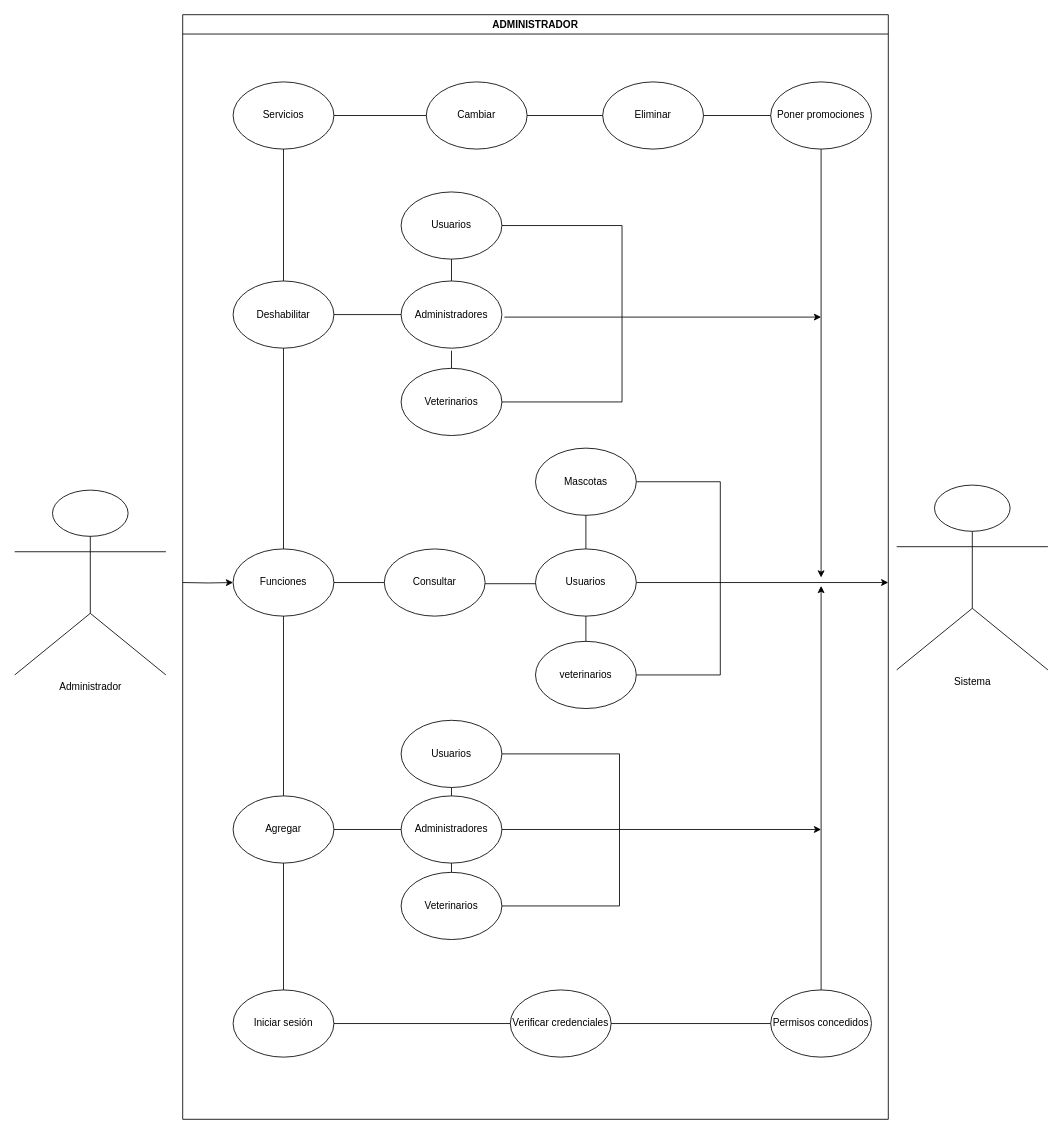
Before: page "Página-1" (1 of 2) of caso de uso administrador.drawio in JuanDavid4562/Diagramas-Proyecto, a draw.io diagram. Source tidied: cells renumbered, new cells numbered last; positions are measured from the earlier drawing's top-left corner, leaving out a move shared by most shapes. Both pictures are drawn from the tidied source at 84%, with x=0, y=0 at pixel (14, 14).
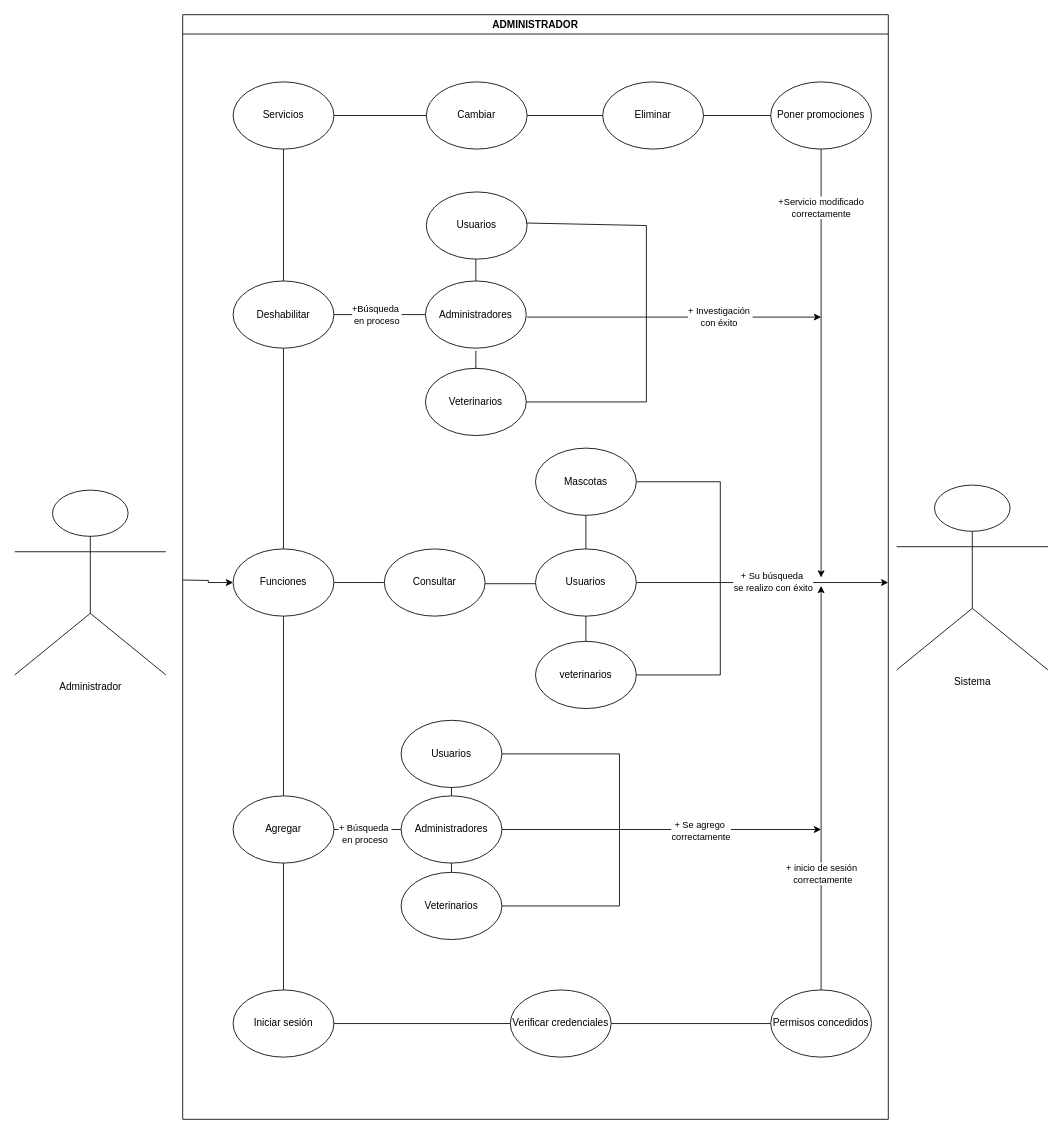
Above is the later version.

Unchanged cells that the change refers to:
```xml
<mxCell id="2" value="ADMINISTRADOR" style="swimlane;whiteSpace=wrap;html=1;" parent="1" vertex="1">
  <mxGeometry x="200" width="840" height="1315" as="geometry" />
</mxCell>
<mxCell id="5" value="Funciones" style="ellipse;whiteSpace=wrap;html=1;" parent="2" vertex="1">
  <mxGeometry x="60" y="636" width="120" height="80" as="geometry" />
</mxCell>
<mxCell id="24" style="endArrow=none;html=1;rounded=0;exitX=1;exitY=0.5;exitDx=0;exitDy=0;entryX=0;entryY=0.5;entryDx=0;entryDy=0;" parent="2" edge="1" source="11" target="20">
  <mxGeometry relative="1" as="geometry" />
</mxCell>
<mxCell id="34" style="endArrow=none;html=1;rounded=0;exitX=1;exitY=0.5;exitDx=0;exitDy=0;entryX=0;entryY=0.5;entryDx=0;entryDy=0;" parent="2" edge="1" source="10" target="12">
  <mxGeometry relative="1" as="geometry" />
</mxCell>
<mxCell id="46" style="endArrow=classic;html=1;rounded=0;exitX=1;exitY=0.5;exitDx=0;exitDy=0;" parent="1" edge="1" source="7">
  <mxGeometry relative="1" as="geometry">
    <mxPoint x="1040" y="676" as="targetPoint" />
  </mxGeometry>
</mxCell>
<mxCell id="49" style="endArrow=classic;html=1;rounded=0;exitX=0.5;exitY=1;exitDx=0;exitDy=0;" parent="1" edge="1" source="17">
  <mxGeometry relative="1" as="geometry">
    <mxPoint x="960" y="670" as="targetPoint" />
  </mxGeometry>
</mxCell>
<mxCell id="50" style="endArrow=classic;html=1;rounded=0;exitX=0.5;exitY=0;exitDx=0;exitDy=0;" parent="1" edge="1" source="21">
  <mxGeometry relative="1" as="geometry">
    <mxPoint x="960" y="680" as="targetPoint" />
  </mxGeometry>
</mxCell>
<mxCell id="53" style="endArrow=classic;html=1;rounded=0;exitX=1;exitY=0.5;exitDx=0;exitDy=0;" parent="1" edge="1" source="12">
  <mxGeometry relative="1" as="geometry">
    <mxPoint x="960" y="970" as="targetPoint" />
  </mxGeometry>
</mxCell>
```

The edit, as a diff of the source:
```diff
@@
     <mxCell id="18" value="Usuarios" style="ellipse;whiteSpace=wrap;html=1;" parent="2" vertex="1">
-      <mxGeometry x="260" y="211" width="120" height="80" as="geometry" />
+      <mxGeometry x="290" y="211" width="120" height="80" as="geometry" />
     </mxCell>
     <mxCell id="19" value="Veterinarios" style="ellipse;whiteSpace=wrap;html=1;" parent="2" vertex="1">
-      <mxGeometry x="260" y="421" width="120" height="80" as="geometry" />
+      <mxGeometry x="289" y="421" width="120" height="80" as="geometry" />
     </mxCell>
     <mxCell id="20" value="Administradores" style="ellipse;whiteSpace=wrap;html=1;" parent="2" vertex="1">
-      <mxGeometry x="260" y="317" width="120" height="80" as="geometry" />
+      <mxGeometry x="289" y="317" width="120" height="80" as="geometry" />
     </mxCell>
@@
-    <mxCell id="23" style="edgeStyle=orthogonalEdgeStyle;rounded=0;orthogonalLoop=1;jettySize=auto;html=1;exitX=0.5;exitY=1;exitDx=0;exitDy=0;" parent="2" edge="1" source="18" target="18">
-      <mxGeometry relative="1" as="geometry" />
+    <mxCell id="23" style="edgeStyle=orthogonalEdgeStyle;rounded=0;orthogonalLoop=1;jettySize=auto;html=1;exitX=0.5;exitY=1;exitDx=0;exitDy=0;" parent="2" edge="1">
+      <mxGeometry relative="1" as="geometry">
+        <mxPoint x="349" y="291" as="sourcePoint" />
+        <mxPoint x="349" y="291" as="targetPoint" />
+      </mxGeometry>
     </mxCell>
@@
+    <mxCell id="57" value="+Búsqueda&amp;nbsp;&lt;div&gt;en proceso&lt;/div&gt;" style="edgeLabel;html=1;align=center;verticalAlign=middle;" parent="24" vertex="1">
+      <mxGeometry x="-0.08" relative="1" as="geometry" />
+    </mxCell>
@@
+    <mxCell id="58" value="+ Búsqueda&amp;nbsp;&lt;div&gt;en proceso&lt;/div&gt;" style="edgeLabel;html=1;align=center;verticalAlign=middle;" parent="34" vertex="1">
+      <mxGeometry x="-0.1" y="-4" relative="1" as="geometry" />
+    </mxCell>
@@
-    <mxCell id="41" style="endArrow=none;html=1;rounded=0;exitX=0.5;exitY=1;exitDx=0;exitDy=0;entryX=0.5;entryY=0;entryDx=0;entryDy=0;" parent="2" edge="1" source="18" target="20">
-      <mxGeometry relative="1" as="geometry" />
+    <mxCell id="41" style="endArrow=none;html=1;rounded=0;exitX=0.5;exitY=1;exitDx=0;exitDy=0;entryX=0.5;entryY=0;entryDx=0;entryDy=0;" parent="2" edge="1" target="20">
+      <mxGeometry relative="1" as="geometry">
+        <mxPoint x="349" y="291" as="sourcePoint" />
+      </mxGeometry>
     </mxCell>
     <mxCell id="42" style="edgeStyle=orthogonalEdgeStyle;rounded=0;jettySize=auto;html=1;" parent="1" edge="1" target="5">
       <mxGeometry relative="1" as="geometry">
-        <mxPoint x="200" y="676" as="sourcePoint" />
+        <mxPoint x="200" y="673" as="sourcePoint" />
       </mxGeometry>
     </mxCell>
@@
     <mxCell id="45" style="endArrow=none;html=1;rounded=0;exitX=0.5;exitY=0;exitDx=0;exitDy=0;" parent="1" edge="1" source="19">
       <mxGeometry relative="1" as="geometry">
-        <mxPoint x="520" y="400" as="targetPoint" />
+        <mxPoint x="549" y="400" as="targetPoint" />
       </mxGeometry>
     </mxCell>
@@
+    <mxCell id="59" value="+ Su búsqueda&amp;nbsp;&lt;div&gt;se realizo con éxito&lt;/div&gt;" style="edgeLabel;html=1;align=center;verticalAlign=middle;" parent="46" vertex="1">
+      <mxGeometry x="0.08" y="2" relative="1" as="geometry" />
+    </mxCell>
@@
+    <mxCell id="60" value="+Servicio modificado&lt;div&gt;correctamente&lt;/div&gt;" style="edgeLabel;html=1;align=center;verticalAlign=middle;" parent="49" vertex="1">
+      <mxGeometry x="-0.73" y="-1" relative="1" as="geometry" />
+    </mxCell>
@@
+    <mxCell id="61" value="+ inicio de sesión&amp;nbsp;&lt;div&gt;correctamente&lt;/div&gt;" style="edgeLabel;html=1;align=center;verticalAlign=middle;" parent="50" vertex="1">
+      <mxGeometry x="-0.42" y="-1" relative="1" as="geometry" />
+    </mxCell>
@@
+    <mxCell id="62" value="+ Se agrego&amp;nbsp;&lt;div&gt;correctamente&lt;/div&gt;" style="edgeLabel;html=1;align=center;verticalAlign=middle;" parent="53" vertex="1">
+      <mxGeometry x="0.24" y="-1" relative="1" as="geometry" />
+    </mxCell>
-    <mxCell id="54" style="endArrow=none;html=1;rounded=0;exitX=1;exitY=0.5;exitDx=0;exitDy=0;" parent="1" edge="1" source="18">
+    <mxCell id="54" style="endArrow=none;html=1;rounded=0;exitX=1;exitY=0.5;exitDx=0;exitDy=0;" parent="1" edge="1">
       <mxGeometry relative="1" as="geometry">
-        <mxPoint x="723" y="360" as="targetPoint" />
+        <mxPoint x="609" y="248" as="sourcePoint" />
+        <mxPoint x="752" y="360" as="targetPoint" />
         <Array as="points">
-          <mxPoint x="723" y="251" />
+          <mxPoint x="752" y="251" />
         </Array>
       </mxGeometry>
     </mxCell>
     <mxCell id="55" style="endArrow=none;html=1;rounded=0;exitX=1;exitY=0.5;exitDx=0;exitDy=0;" parent="1" edge="1" source="19">
       <mxGeometry relative="1" as="geometry">
-        <mxPoint x="723" y="360" as="targetPoint" />
+        <mxPoint x="752" y="360" as="targetPoint" />
         <Array as="points">
-          <mxPoint x="723" y="461" />
+          <mxPoint x="752" y="461" />
         </Array>
       </mxGeometry>
     </mxCell>
-    <mxCell id="56" style="endArrow=classic;html=1;rounded=0;exitX=1;exitY=0.5;exitDx=0;exitDy=0;" parent="1" edge="1">
+    <mxCell id="56" style="endArrow=classic;html=1;rounded=0;" parent="1" edge="1">
       <mxGeometry relative="1" as="geometry">
-        <mxPoint x="583" y="360" as="sourcePoint" />
+        <mxPoint x="610" y="360" as="sourcePoint" />
         <mxPoint x="960" y="360" as="targetPoint" />
       </mxGeometry>
     </mxCell>
+    <mxCell id="63" value="+ Investigación&amp;nbsp;&lt;div&gt;con éxito&amp;nbsp;&lt;/div&gt;" style="edgeLabel;html=1;align=center;verticalAlign=middle;" parent="56" vertex="1">
+      <mxGeometry x="0.31" y="1" relative="1" as="geometry" />
+    </mxCell>
```
